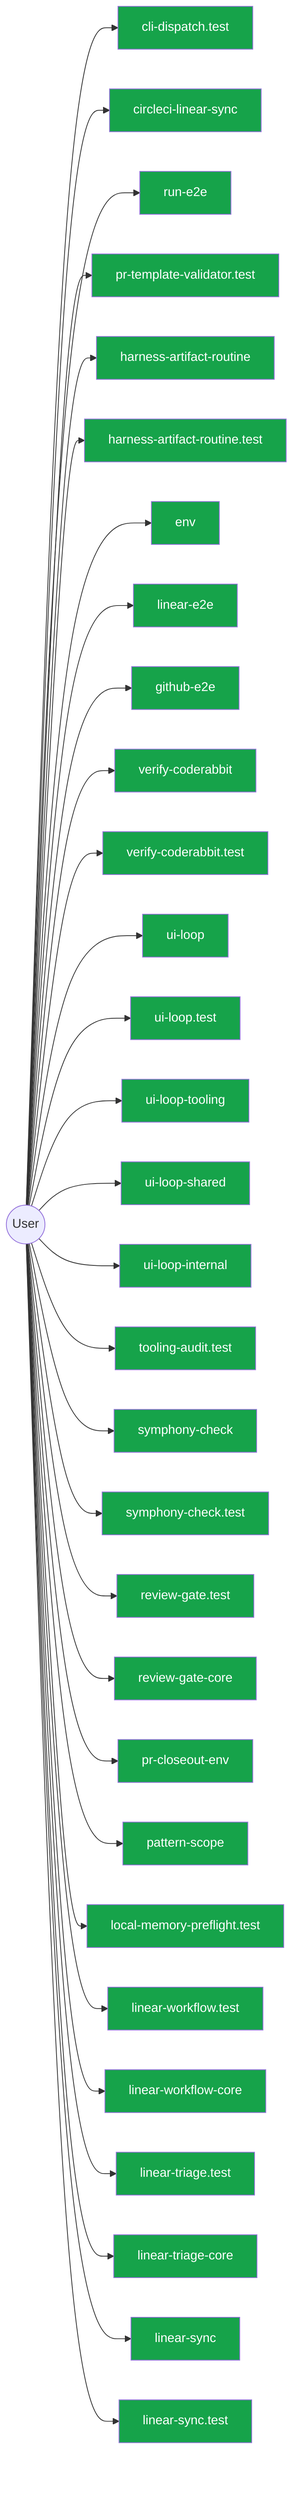
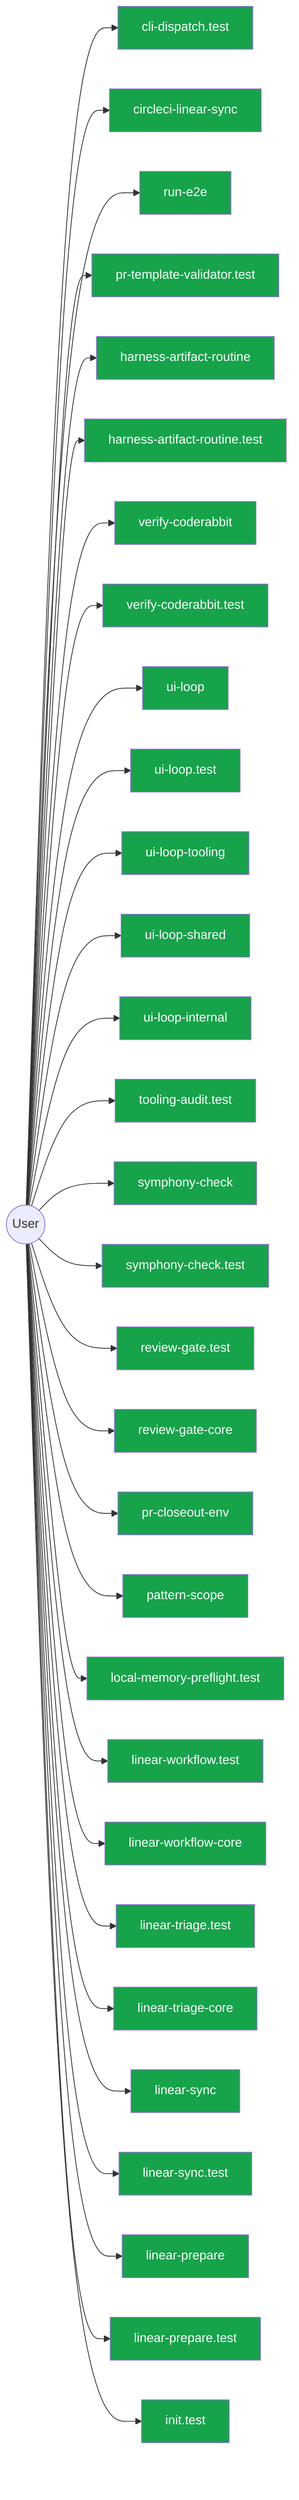
flowchart LR
  User(("User"))
  cli_dispatch_test_54c9f17b["cli-dispatch.test"]
  User --> cli_dispatch_test_54c9f17b
  circleci_linear_sync_19c0d6da["circleci-linear-sync"]
  User --> circleci_linear_sync_19c0d6da
  run_e2e_39efe696["run-e2e"]
  User --> run_e2e_39efe696
  pr_template_validator_test_569b1cef["pr-template-validator.test"]
  User --> pr_template_validator_test_569b1cef
  harness_artifact_routine_17afacff["harness-artifact-routine"]
  User --> harness_artifact_routine_17afacff
  harness_artifact_routine_test_299f387d["harness-artifact-routine.test"]
  User --> harness_artifact_routine_test_299f387d
-   env_b77349bf["env"]
-   User --> env_b77349bf
-   linear_e2e_decf3708["linear-e2e"]
-   User --> linear_e2e_decf3708
-   github_e2e_2891a341["github-e2e"]
-   User --> github_e2e_2891a341
  verify_coderabbit_490b4e71["verify-coderabbit"]
  User --> verify_coderabbit_490b4e71
  verify_coderabbit_test_46cfcf29["verify-coderabbit.test"]
  User --> verify_coderabbit_test_46cfcf29
  ui_loop_11660889["ui-loop"]
  User --> ui_loop_11660889
  ui_loop_test_f0eabc42["ui-loop.test"]
  User --> ui_loop_test_f0eabc42
  ui_loop_tooling_12b2d2c7["ui-loop-tooling"]
  User --> ui_loop_tooling_12b2d2c7
  ui_loop_shared_8c83b841["ui-loop-shared"]
  User --> ui_loop_shared_8c83b841
  ui_loop_internal_f2eb8892["ui-loop-internal"]
  User --> ui_loop_internal_f2eb8892
  tooling_audit_test_d2aee28c["tooling-audit.test"]
  User --> tooling_audit_test_d2aee28c
  symphony_check_e97f2ea0["symphony-check"]
  User --> symphony_check_e97f2ea0
  symphony_check_test_6cb33eb2["symphony-check.test"]
  User --> symphony_check_test_6cb33eb2
  review_gate_test_000e2ed6["review-gate.test"]
  User --> review_gate_test_000e2ed6
  review_gate_core_4c8001f9["review-gate-core"]
  User --> review_gate_core_4c8001f9
  pr_closeout_env_9bfcd9ef["pr-closeout-env"]
  User --> pr_closeout_env_9bfcd9ef
  pattern_scope_61ff946d["pattern-scope"]
  User --> pattern_scope_61ff946d
  local_memory_preflight_test_5e323bbf["local-memory-preflight.test"]
  User --> local_memory_preflight_test_5e323bbf
  linear_workflow_test_a351dcb0["linear-workflow.test"]
  User --> linear_workflow_test_a351dcb0
  linear_workflow_core_0e19cff4["linear-workflow-core"]
  User --> linear_workflow_core_0e19cff4
  linear_triage_test_1b75a8b8["linear-triage.test"]
  User --> linear_triage_test_1b75a8b8
  linear_triage_core_7cbca73e["linear-triage-core"]
  User --> linear_triage_core_7cbca73e
  linear_sync_a2fa2bf7["linear-sync"]
  User --> linear_sync_a2fa2bf7
  linear_sync_test_da1e1eab["linear-sync.test"]
  User --> linear_sync_test_da1e1eab
+   linear_prepare_0c613ba6["linear-prepare"]
+   User --> linear_prepare_0c613ba6
+   linear_prepare_test_678f11a9["linear-prepare.test"]
+   User --> linear_prepare_test_678f11a9
+   init_test_cbba76a6["init.test"]
+   User --> init_test_cbba76a6
  classDef userNode fill:#16a34a,color:#fff
-   class cli_dispatch_test_54c9f17b,circleci_linear_sync_19c0d6da,run_e2e_39efe696,pr_template_validator_test_569b1cef,harness_artifact_routine_17afacff,harness_artifact_routine_test_299f387d,env_b77349bf,linear_e2e_decf3708,github_e2e_2891a341,verify_coderabbit_490b4e71,verify_coderabbit_test_46cfcf29,ui_loop_11660889,ui_loop_test_f0eabc42,ui_loop_tooling_12b2d2c7,ui_loop_shared_8c83b841,ui_loop_internal_f2eb8892,tooling_audit_test_d2aee28c,symphony_check_e97f2ea0,symphony_check_test_6cb33eb2,review_gate_test_000e2ed6,review_gate_core_4c8001f9,pr_closeout_env_9bfcd9ef,pattern_scope_61ff946d,local_memory_preflight_test_5e323bbf,linear_workflow_test_a351dcb0,linear_workflow_core_0e19cff4,linear_triage_test_1b75a8b8,linear_triage_core_7cbca73e,linear_sync_a2fa2bf7,linear_sync_test_da1e1eab userNode
+   class cli_dispatch_test_54c9f17b,circleci_linear_sync_19c0d6da,run_e2e_39efe696,pr_template_validator_test_569b1cef,harness_artifact_routine_17afacff,harness_artifact_routine_test_299f387d,verify_coderabbit_490b4e71,verify_coderabbit_test_46cfcf29,ui_loop_11660889,ui_loop_test_f0eabc42,ui_loop_tooling_12b2d2c7,ui_loop_shared_8c83b841,ui_loop_internal_f2eb8892,tooling_audit_test_d2aee28c,symphony_check_e97f2ea0,symphony_check_test_6cb33eb2,review_gate_test_000e2ed6,review_gate_core_4c8001f9,pr_closeout_env_9bfcd9ef,pattern_scope_61ff946d,local_memory_preflight_test_5e323bbf,linear_workflow_test_a351dcb0,linear_workflow_core_0e19cff4,linear_triage_test_1b75a8b8,linear_triage_core_7cbca73e,linear_sync_a2fa2bf7,linear_sync_test_da1e1eab,linear_prepare_0c613ba6,linear_prepare_test_678f11a9,init_test_cbba76a6 userNode
